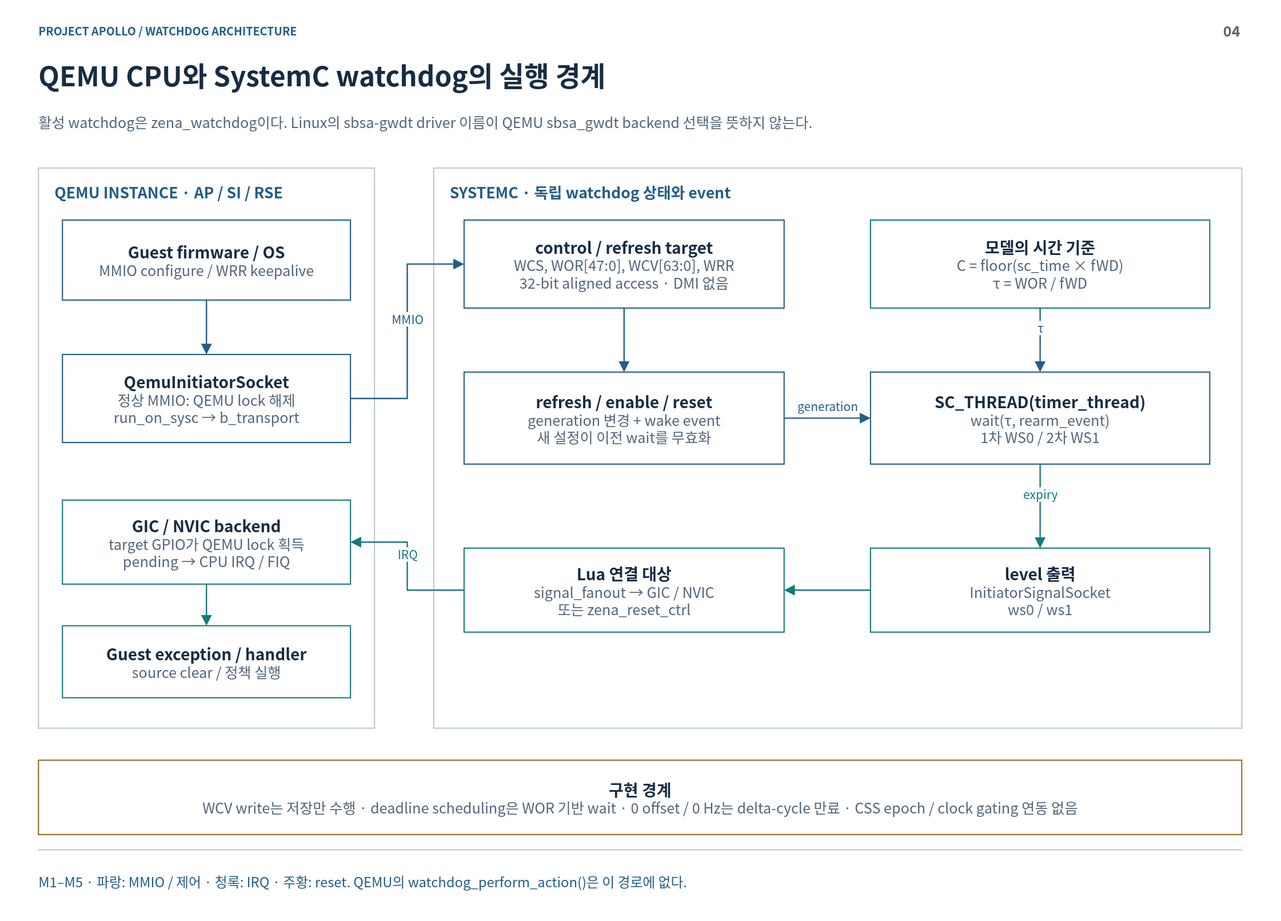
cometzero/project-apollo keeps this draw.io diagram as doc/phase1/watchdog/diagrams/04-qbox-model.drawio.svg. Above is the earlier version. Source tidied: cells renumbered, new cells last; positions are measured from the earlier drawing's top-left corner, leaving out a move shared by most shapes.
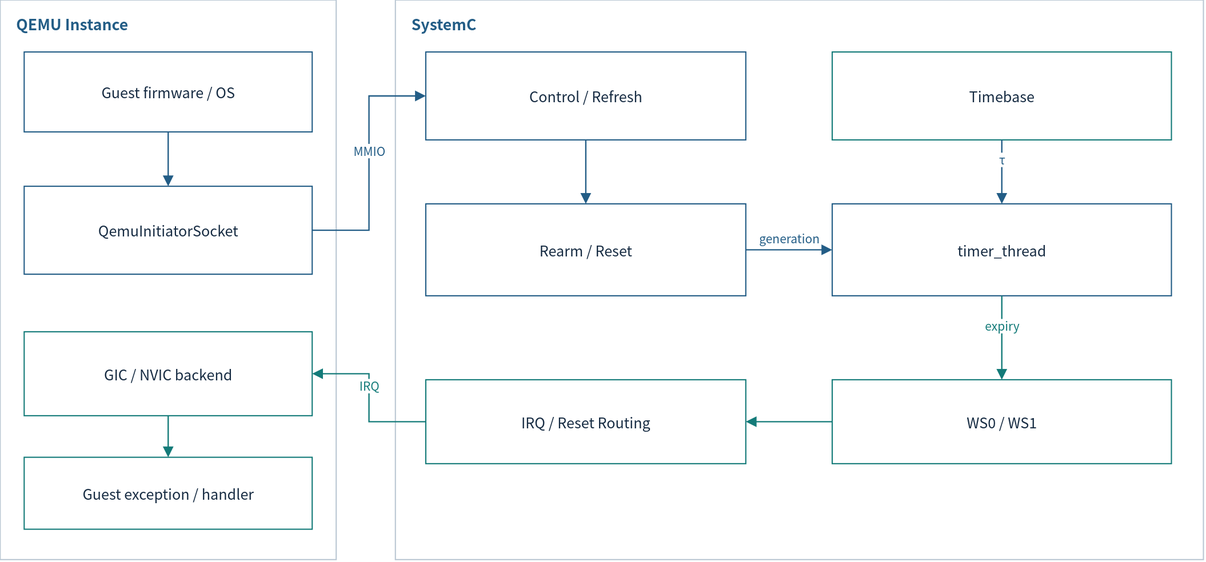
Later version of the same file.

Change to the diagram source:
```diff
@@ -2,46 +2,22 @@
   <root>
     <mxCell id="0" />
     <mxCell id="1" parent="0" />
-    <mxCell id="2" style="rounded=0;whiteSpace=wrap;html=1;fillColor=#FFFFFF;strokeWidth=1.5;fontFamily=Noto Sans CJK KR;fontSize=18;spacing=12;fontColor=#172C43;strokeColor=none;" parent="1" vertex="1">
-      <mxGeometry width="1600" height="1150" as="geometry" />
-    </mxCell>
-    <mxCell id="3" value="PROJECT APOLLO / WATCHDOG ARCHITECTURE" style="rounded=0;whiteSpace=wrap;html=1;fillColor=#FFFFFF;strokeWidth=1.5;fontFamily=Noto Sans CJK KR;fontSize=18;spacing=12;fontColor=#172C43;strokeColor=none;fillColor=none;spacing=0;align=left;verticalAlign=middle;fontSize=14;fontColor=#235D86;fontStyle=1;" parent="1" vertex="1">
-      <mxGeometry x="48" y="26" width="1400" height="24" as="geometry" />
-    </mxCell>
-    <mxCell id="4" value="04" style="rounded=0;whiteSpace=wrap;html=1;fillColor=#FFFFFF;strokeWidth=1.5;fontFamily=Noto Sans CJK KR;fontSize=18;spacing=12;fontColor=#172C43;strokeColor=none;fillColor=none;spacing=0;align=right;verticalAlign=middle;fontSize=18;fontColor=#52657A;fontStyle=1;" parent="1" vertex="1">
-      <mxGeometry x="1485" y="23" width="65" height="30" as="geometry" />
-    </mxCell>
-    <mxCell id="5" value="QEMU CPU와 SystemC watchdog의 실행 경계" style="rounded=0;whiteSpace=wrap;html=1;fillColor=#FFFFFF;strokeWidth=1.5;fontFamily=Noto Sans CJK KR;fontSize=18;spacing=12;fontColor=#172C43;strokeColor=none;fillColor=none;spacing=0;align=left;verticalAlign=middle;fontSize=34;fontColor=#172C43;fontStyle=1;" parent="1" vertex="1">
-      <mxGeometry x="48" y="67" width="1504" height="54" as="geometry" />
-    </mxCell>
-    <mxCell id="6" value="활성 watchdog은 zena_watchdog이다. Linux의 sbsa-gwdt driver 이름이 QEMU sbsa_gwdt backend 선택을 뜻하지 않는다." style="rounded=0;whiteSpace=wrap;html=1;fillColor=#FFFFFF;strokeWidth=1.5;fontFamily=Noto Sans CJK KR;fontSize=18;spacing=12;fontColor=#172C43;strokeColor=none;fillColor=none;spacing=0;align=left;verticalAlign=middle;fontSize=18;fontColor=#52657A;fontStyle=0;" parent="1" vertex="1">
-      <mxGeometry x="48" y="127" width="1504" height="50" as="geometry" />
-    </mxCell>
-    <mxCell id="7" style="html=1;whiteSpace=nowrap;edgeStyle=none;endArrow=none;endSize=8;strokeWidth=1.6;strokeColor=#BAC7D3;fontColor=#BAC7D3;fontFamily=Noto Sans CJK KR;fontSize=16;labelBackgroundColor=#FFFFFF;dashed=0;" parent="1" edge="1">
-      <mxGeometry relative="1" as="geometry">
-        <mxPoint x="48" y="1062" as="sourcePoint" />
-        <mxPoint x="1552" y="1062" as="targetPoint" />
-      </mxGeometry>
-    </mxCell>
-    <mxCell id="8" value="M1–M5 · 파랑: MMIO / 제어 · 청록: IRQ · 주황: reset. QEMU의 watchdog_perform_action()은 이 경로에 없다." style="rounded=0;whiteSpace=wrap;html=1;fillColor=#FFFFFF;strokeWidth=1.5;fontFamily=Noto Sans CJK KR;fontSize=18;spacing=12;fontColor=#172C43;strokeColor=none;fillColor=none;spacing=0;align=left;verticalAlign=middle;fontSize=17;fontColor=#235D86;fontStyle=0;" parent="1" vertex="1">
-      <mxGeometry x="48" y="1077" width="1504" height="50" as="geometry" />
-    </mxCell>
     <mxCell id="9" style="rounded=0;whiteSpace=wrap;html=1;fillColor=#FFFFFF;strokeWidth=1.5;fontFamily=Noto Sans CJK KR;fontSize=18;spacing=12;fontColor=#172C43;strokeColor=#BAC7D3;" parent="1" vertex="1">
       <mxGeometry x="48" y="210" width="420" height="700" as="geometry" />
     </mxCell>
-    <mxCell id="10" value="QEMU INSTANCE · AP / SI / RSE" style="rounded=0;whiteSpace=wrap;html=1;fillColor=#FFFFFF;strokeWidth=1.5;fontFamily=Noto Sans CJK KR;fontSize=18;spacing=12;fontColor=#172C43;strokeColor=none;fillColor=none;spacing=0;align=left;verticalAlign=middle;fontSize=19;fontColor=#235D86;fontStyle=1;" parent="1" vertex="1">
+    <mxCell id="10" value="QEMU Instance" style="rounded=0;whiteSpace=wrap;html=1;fillColor=#FFFFFF;strokeWidth=1.5;fontFamily=Noto Sans CJK KR;fontSize=18;spacing=12;fontColor=#172C43;strokeColor=none;fillColor=none;spacing=0;align=left;verticalAlign=middle;fontSize=19;fontColor=#235D86;fontStyle=1;" parent="1" vertex="1">
       <mxGeometry x="68" y="224" width="380" height="32" as="geometry" />
     </mxCell>
-    <mxCell id="11" value="&lt;b style=&quot;font-size:20px&quot;&gt;Guest firmware / OS&lt;/b&gt;&lt;br&gt;&lt;font color=&quot;#52657A&quot; style=&quot;font-size:18px&quot;&gt;MMIO configure / WRR keepalive&lt;/font&gt;" style="rounded=0;whiteSpace=wrap;html=1;fillColor=#FFFFFF;strokeWidth=1.5;fontFamily=Noto Sans CJK KR;fontSize=18;spacing=12;fontColor=#172C43;strokeColor=#235D86;" parent="1" vertex="1">
+    <mxCell id="11" value="Guest firmware / OS" style="rounded=0;whiteSpace=wrap;html=1;fillColor=#FFFFFF;strokeWidth=1.5;fontFamily=Noto Sans CJK KR;fontSize=18;spacing=12;fontColor=#172C43;strokeColor=#235D86;" parent="1" vertex="1">
       <mxGeometry x="78" y="275" width="360" height="100" as="geometry" />
     </mxCell>
-    <mxCell id="12" value="&lt;b style=&quot;font-size:20px&quot;&gt;QemuInitiatorSocket&lt;/b&gt;&lt;br&gt;&lt;font color=&quot;#52657A&quot; style=&quot;font-size:18px&quot;&gt;정상 MMIO: QEMU lock 해제&lt;br&gt;run_on_sysc → b_transport&lt;/font&gt;" style="rounded=0;whiteSpace=wrap;html=1;fillColor=#FFFFFF;strokeWidth=1.5;fontFamily=Noto Sans CJK KR;fontSize=18;spacing=12;fontColor=#172C43;strokeColor=#235D86;" parent="1" vertex="1">
+    <mxCell id="12" value="QemuInitiatorSocket" style="rounded=0;whiteSpace=wrap;html=1;fillColor=#FFFFFF;strokeWidth=1.5;fontFamily=Noto Sans CJK KR;fontSize=18;spacing=12;fontColor=#172C43;strokeColor=#235D86;" parent="1" vertex="1">
       <mxGeometry x="78" y="443" width="360" height="110" as="geometry" />
     </mxCell>
-    <mxCell id="13" value="&lt;b style=&quot;font-size:20px&quot;&gt;GIC / NVIC backend&lt;/b&gt;&lt;br&gt;&lt;font color=&quot;#52657A&quot; style=&quot;font-size:18px&quot;&gt;target GPIO가 QEMU lock 획득&lt;br&gt;pending → CPU IRQ / FIQ&lt;/font&gt;" style="rounded=0;whiteSpace=wrap;html=1;fillColor=#FFFFFF;strokeWidth=1.5;fontFamily=Noto Sans CJK KR;fontSize=18;spacing=12;fontColor=#172C43;strokeColor=#147B79;" parent="1" vertex="1">
+    <mxCell id="13" value="GIC / NVIC backend" style="rounded=0;whiteSpace=wrap;html=1;fillColor=#FFFFFF;strokeWidth=1.5;fontFamily=Noto Sans CJK KR;fontSize=18;spacing=12;fontColor=#172C43;strokeColor=#147B79;" parent="1" vertex="1">
       <mxGeometry x="78" y="625" width="360" height="105" as="geometry" />
     </mxCell>
-    <mxCell id="14" value="&lt;b style=&quot;font-size:20px&quot;&gt;Guest exception / handler&lt;/b&gt;&lt;br&gt;&lt;font color=&quot;#52657A&quot; style=&quot;font-size:18px&quot;&gt;source clear / 정책 실행&lt;/font&gt;" style="rounded=0;whiteSpace=wrap;html=1;fillColor=#FFFFFF;strokeWidth=1.5;fontFamily=Noto Sans CJK KR;fontSize=18;spacing=12;fontColor=#172C43;strokeColor=#147B79;" parent="1" vertex="1">
+    <mxCell id="14" value="Guest exception / handler" style="rounded=0;whiteSpace=wrap;html=1;fillColor=#FFFFFF;strokeWidth=1.5;fontFamily=Noto Sans CJK KR;fontSize=18;spacing=12;fontColor=#172C43;strokeColor=#147B79;" parent="1" vertex="1">
       <mxGeometry x="78" y="782" width="360" height="90" as="geometry" />
     </mxCell>
     <mxCell id="15" style="html=1;whiteSpace=nowrap;edgeStyle=orthogonalEdgeStyle;rounded=0;endArrow=block;endSize=9;strokeWidth=1.7;strokeColor=#235D86;fontColor=#235D86;fontFamily=Noto Sans CJK KR;fontSize=15;labelBackgroundColor=#FFFFFF;" parent="1" edge="1" source="11" target="12">
@@ -57,25 +33,25 @@
     <mxCell id="17" style="rounded=0;whiteSpace=wrap;html=1;fillColor=#FFFFFF;strokeWidth=1.5;fontFamily=Noto Sans CJK KR;fontSize=18;spacing=12;fontColor=#172C43;strokeColor=#BAC7D3;" parent="1" vertex="1">
       <mxGeometry x="542" y="210" width="1010" height="700" as="geometry" />
     </mxCell>
-    <mxCell id="18" value="SYSTEMC · 독립 watchdog 상태와 event" style="rounded=0;whiteSpace=wrap;html=1;fillColor=#FFFFFF;strokeWidth=1.5;fontFamily=Noto Sans CJK KR;fontSize=18;spacing=12;fontColor=#172C43;strokeColor=none;fillColor=none;spacing=0;align=left;verticalAlign=middle;fontSize=19;fontColor=#235D86;fontStyle=1;" parent="1" vertex="1">
+    <mxCell id="18" value="SystemC" style="rounded=0;whiteSpace=wrap;html=1;fillColor=#FFFFFF;strokeWidth=1.5;fontFamily=Noto Sans CJK KR;fontSize=18;spacing=12;fontColor=#172C43;strokeColor=none;fillColor=none;spacing=0;align=left;verticalAlign=middle;fontSize=19;fontColor=#235D86;fontStyle=1;" parent="1" vertex="1">
       <mxGeometry x="562" y="224" width="970" height="32" as="geometry" />
     </mxCell>
-    <mxCell id="19" value="&lt;b style=&quot;font-size:20px&quot;&gt;control / refresh target&lt;/b&gt;&lt;br&gt;&lt;font color=&quot;#52657A&quot; style=&quot;font-size:18px&quot;&gt;WCS, WOR[47:0], WCV[63:0], WRR&lt;br&gt;32-bit aligned access · DMI 없음&lt;/font&gt;" style="rounded=0;whiteSpace=wrap;html=1;fillColor=#FFFFFF;strokeWidth=1.5;fontFamily=Noto Sans CJK KR;fontSize=18;spacing=12;fontColor=#172C43;strokeColor=#235D86;" parent="1" vertex="1">
+    <mxCell id="19" value="Control / Refresh" style="rounded=0;whiteSpace=wrap;html=1;fillColor=#FFFFFF;strokeWidth=1.5;fontFamily=Noto Sans CJK KR;fontSize=18;spacing=12;fontColor=#172C43;strokeColor=#235D86;" parent="1" vertex="1">
       <mxGeometry x="580" y="275" width="400" height="110" as="geometry" />
     </mxCell>
-    <mxCell id="20" value="&lt;b style=&quot;font-size:20px&quot;&gt;모델의 시간 기준&lt;/b&gt;&lt;br&gt;&lt;font color=&quot;#52657A&quot; style=&quot;font-size:18px&quot;&gt;C = floor(sc_time × fWD)&lt;br&gt;τ = WOR / fWD&lt;/font&gt;" style="rounded=0;whiteSpace=wrap;html=1;fillColor=#FFFFFF;strokeWidth=1.5;fontFamily=Noto Sans CJK KR;fontSize=18;spacing=12;fontColor=#172C43;strokeColor=#147B79;" parent="1" vertex="1">
+    <mxCell id="20" value="Timebase" style="rounded=0;whiteSpace=wrap;html=1;fillColor=#FFFFFF;strokeWidth=1.5;fontFamily=Noto Sans CJK KR;fontSize=18;spacing=12;fontColor=#172C43;strokeColor=#147B79;" parent="1" vertex="1">
       <mxGeometry x="1088" y="275" width="424" height="110" as="geometry" />
     </mxCell>
-    <mxCell id="21" value="&lt;b style=&quot;font-size:20px&quot;&gt;refresh / enable / reset&lt;/b&gt;&lt;br&gt;&lt;font color=&quot;#52657A&quot; style=&quot;font-size:18px&quot;&gt;generation 변경 + wake event&lt;br&gt;새 설정이 이전 wait를 무효화&lt;/font&gt;" style="rounded=0;whiteSpace=wrap;html=1;fillColor=#FFFFFF;strokeWidth=1.5;fontFamily=Noto Sans CJK KR;fontSize=18;spacing=12;fontColor=#172C43;strokeColor=#235D86;" parent="1" vertex="1">
+    <mxCell id="21" value="Rearm / Reset" style="rounded=0;whiteSpace=wrap;html=1;fillColor=#FFFFFF;strokeWidth=1.5;fontFamily=Noto Sans CJK KR;fontSize=18;spacing=12;fontColor=#172C43;strokeColor=#235D86;" parent="1" vertex="1">
       <mxGeometry x="580" y="465" width="400" height="115" as="geometry" />
     </mxCell>
-    <mxCell id="22" value="&lt;b style=&quot;font-size:20px&quot;&gt;SC_THREAD(timer_thread)&lt;/b&gt;&lt;br&gt;&lt;font color=&quot;#52657A&quot; style=&quot;font-size:18px&quot;&gt;wait(τ, rearm_event)&lt;br&gt;1차 WS0 / 2차 WS1&lt;/font&gt;" style="rounded=0;whiteSpace=wrap;html=1;fillColor=#FFFFFF;strokeWidth=1.5;fontFamily=Noto Sans CJK KR;fontSize=18;spacing=12;fontColor=#172C43;strokeColor=#235D86;" parent="1" vertex="1">
+    <mxCell id="22" value="timer_thread" style="rounded=0;whiteSpace=wrap;html=1;fillColor=#FFFFFF;strokeWidth=1.5;fontFamily=Noto Sans CJK KR;fontSize=18;spacing=12;fontColor=#172C43;strokeColor=#235D86;" parent="1" vertex="1">
       <mxGeometry x="1088" y="465" width="424" height="115" as="geometry" />
     </mxCell>
-    <mxCell id="23" value="&lt;b style=&quot;font-size:20px&quot;&gt;level 출력&lt;/b&gt;&lt;br&gt;&lt;font color=&quot;#52657A&quot; style=&quot;font-size:18px&quot;&gt;InitiatorSignalSocket&lt;bool&gt;&lt;br&gt;ws0 / ws1&lt;/font&gt;" style="rounded=0;whiteSpace=wrap;html=1;fillColor=#FFFFFF;strokeWidth=1.5;fontFamily=Noto Sans CJK KR;fontSize=18;spacing=12;fontColor=#172C43;strokeColor=#147B79;" parent="1" vertex="1">
+    <mxCell id="23" value="WS0 / WS1" style="rounded=0;whiteSpace=wrap;html=1;fillColor=#FFFFFF;strokeWidth=1.5;fontFamily=Noto Sans CJK KR;fontSize=18;spacing=12;fontColor=#172C43;strokeColor=#147B79;" parent="1" vertex="1">
       <mxGeometry x="1088" y="685" width="424" height="105" as="geometry" />
     </mxCell>
-    <mxCell id="24" value="&lt;b style=&quot;font-size:20px&quot;&gt;Lua 연결 대상&lt;/b&gt;&lt;br&gt;&lt;font color=&quot;#52657A&quot; style=&quot;font-size:18px&quot;&gt;signal_fanout → GIC / NVIC&lt;br&gt;또는 zena_reset_ctrl&lt;/font&gt;" style="rounded=0;whiteSpace=wrap;html=1;fillColor=#FFFFFF;strokeWidth=1.5;fontFamily=Noto Sans CJK KR;fontSize=18;spacing=12;fontColor=#172C43;strokeColor=#147B79;" parent="1" vertex="1">
+    <mxCell id="24" value="IRQ / Reset Routing" style="rounded=0;whiteSpace=wrap;html=1;fillColor=#FFFFFF;strokeWidth=1.5;fontFamily=Noto Sans CJK KR;fontSize=18;spacing=12;fontColor=#172C43;strokeColor=#147B79;" parent="1" vertex="1">
       <mxGeometry x="580" y="685" width="400" height="105" as="geometry" />
     </mxCell>
     <mxCell id="25" value="MMIO" style="html=1;whiteSpace=nowrap;edgeStyle=orthogonalEdgeStyle;rounded=0;endArrow=block;endSize=9;strokeWidth=1.7;strokeColor=#235D86;fontColor=#235D86;fontFamily=Noto Sans CJK KR;fontSize=15;labelBackgroundColor=#FFFFFF;exitX=1;exitY=0.5;entryX=0;entryY=0.5;" parent="1" edge="1" source="12" target="19">
@@ -113,8 +89,5 @@
         <mxPoint y="-16" as="offset" />
       </mxGeometry>
     </mxCell>
-    <mxCell id="32" value="&lt;b style=&quot;font-size:20px&quot;&gt;구현 경계&lt;/b&gt;&lt;br&gt;&lt;font color=&quot;#52657A&quot; style=&quot;font-size:18px&quot;&gt;WCV write는 저장만 수행 · deadline scheduling은 WOR 기반 wait · 0 offset / 0 Hz는 delta-cycle 만료 · CSS epoch / clock gating 연동 없음&lt;/font&gt;" style="rounded=0;whiteSpace=wrap;html=1;fillColor=#FFFFFF;strokeWidth=1.5;fontFamily=Noto Sans CJK KR;fontSize=18;spacing=12;fontColor=#172C43;strokeColor=#9A681E;" parent="1" vertex="1">
-      <mxGeometry x="48" y="950" width="1504" height="93" as="geometry" />
-    </mxCell>
   </root>
 </mxGraphModel>
```
